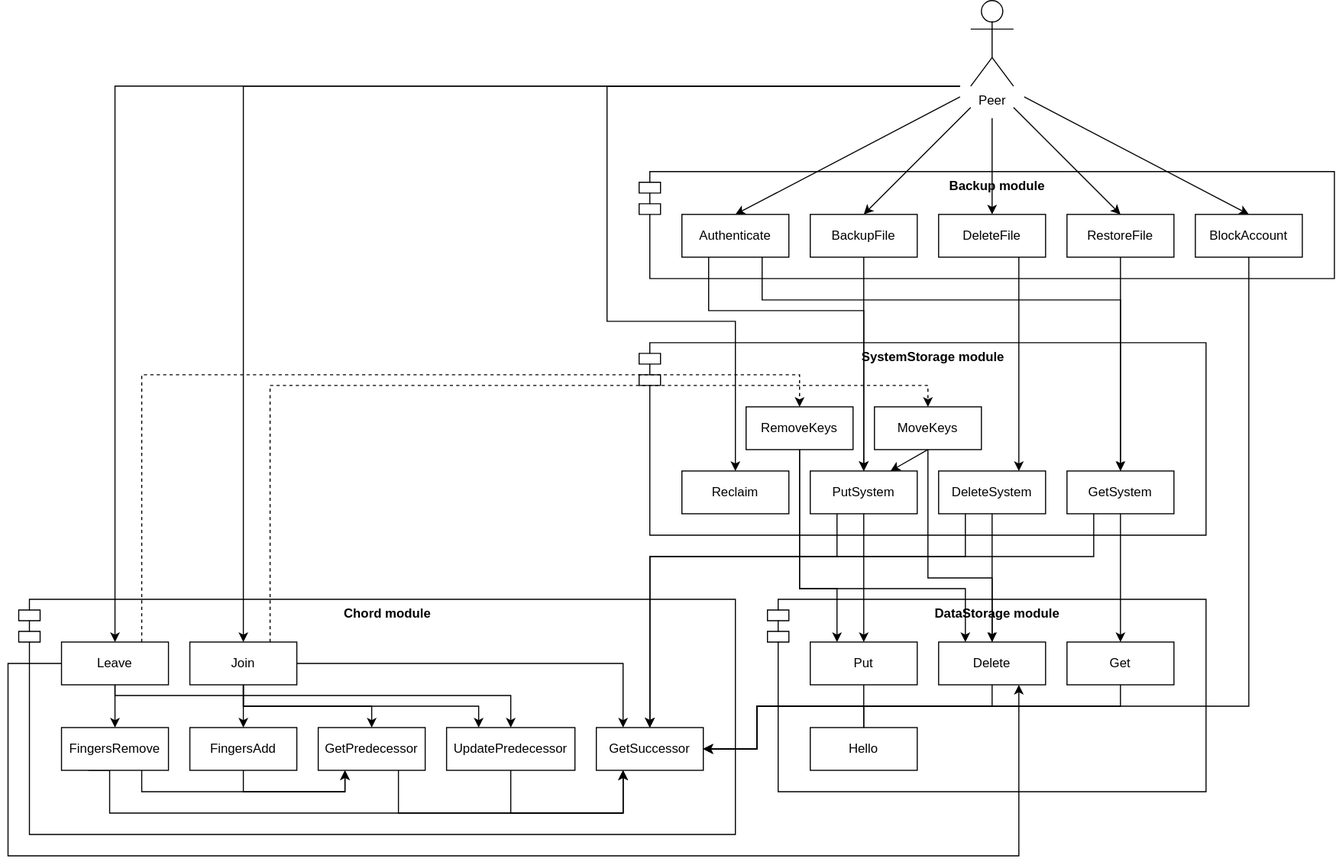
Earlier version of the draw.io export doc/protocols.svg (dmfrodrigues/feup-sdis-proj2). Source tidied: cells renumbered, new cells last; positions are measured from the earlier drawing's top-left corner, leaving out a move shared by most shapes.
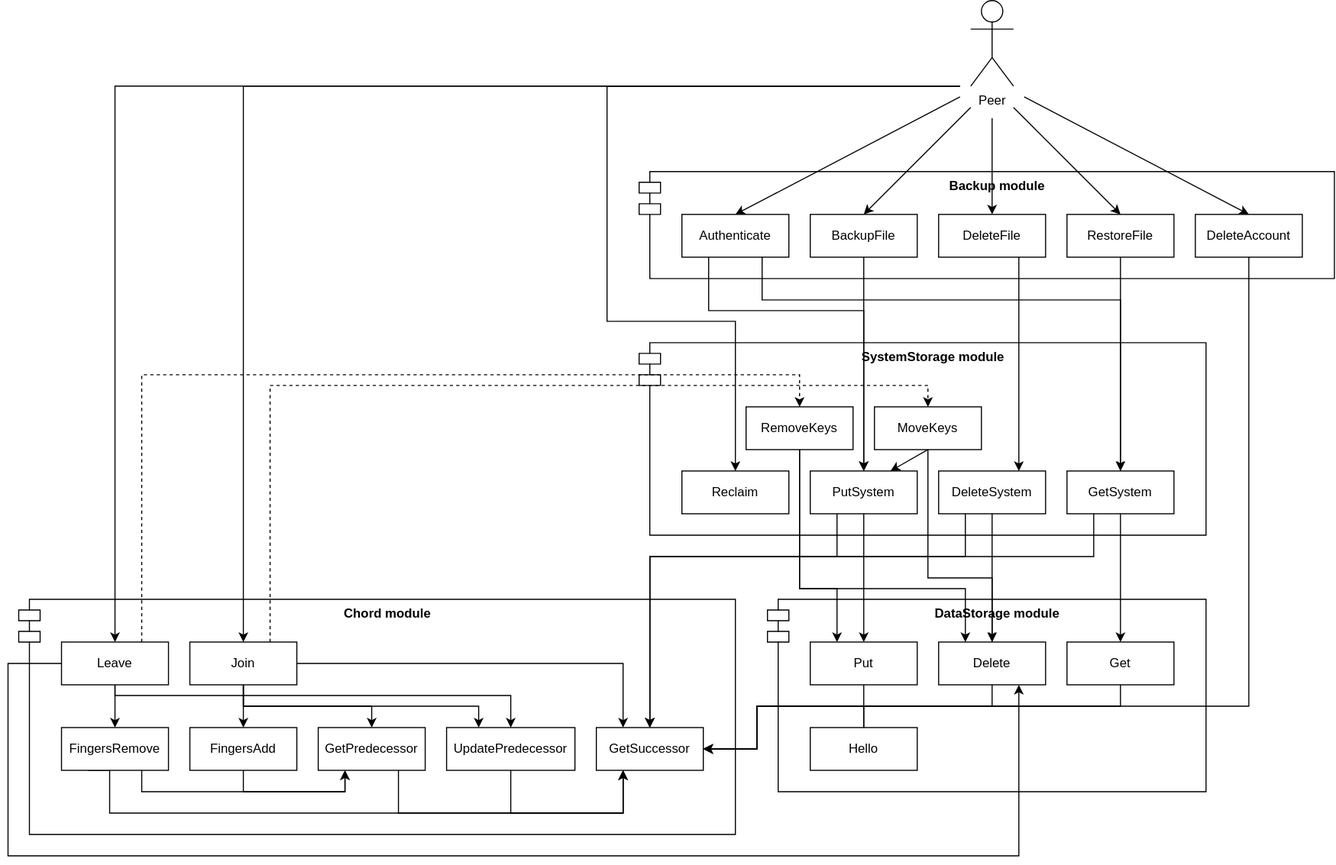
After the commit.

Commit message:
Minor changes to DeleteAccount protocol

Change to the diagram source:
```diff
@@ -324,7 +324,7 @@
     <mxCell id="62" style="edgeStyle=orthogonalEdgeStyle;rounded=0;jettySize=auto;html=1;exitX=0.5;exitY=0;exitDx=0;exitDy=0;entryX=1;entryY=0.5;entryDx=0;entryDy=0;startArrow=none;" parent="1" edge="1" source="70" target="4">
       <mxGeometry relative="1" as="geometry" />
     </mxCell>
-    <mxCell id="63" value="BlockAccount" style="rounded=0;whiteSpace=wrap;html=1;spacing=10;" parent="1" vertex="1">
+    <mxCell id="63" value="DeleteAccount" style="rounded=0;whiteSpace=wrap;html=1;spacing=10;" parent="1" vertex="1">
       <mxGeometry x="1110" y="200" width="100" height="40" as="geometry" />
     </mxCell>
     <mxCell id="64" style="edgeStyle=none;rounded=0;jettySize=auto;html=1;entryX=0.5;entryY=0;entryDx=0;entryDy=0;endArrow=classic;endFill=1;" parent="1" edge="1" target="63">
```
